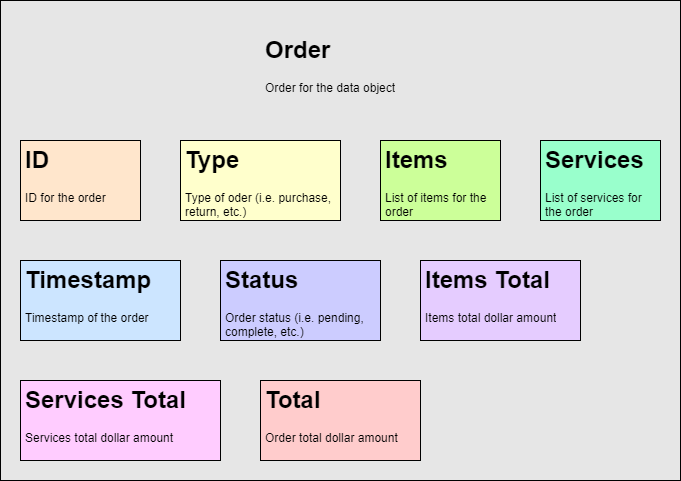
This is docs/block-chain-block-anatomy-order.png from hunteryavitz/Block-Chain-Project, a draw.io export, as it was before one commit. Source tidied: cells renumbered, new cells last; positions are measured from the earlier drawing's top-left corner, leaving out a move shared by most shapes.
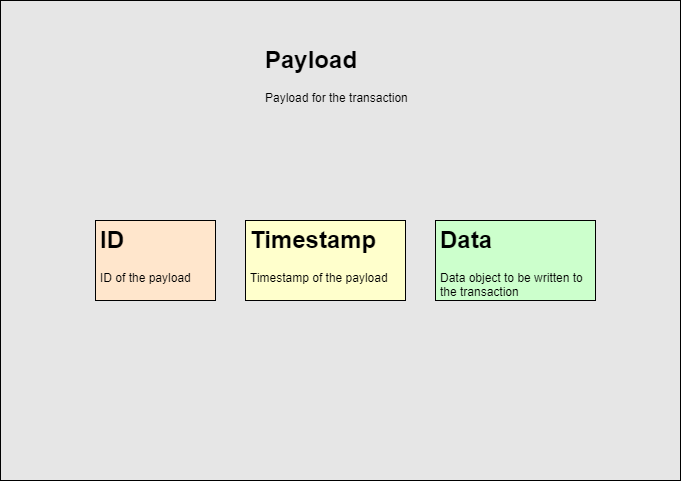
The same diagram one commit later.

Diff of the diagram source:
```diff
@@ -9,7 +9,7 @@
       <mxGeometry x="20" y="140" width="120" height="80" as="geometry" />
     </mxCell>
     <mxCell id="4" value="&lt;h1&gt;&lt;span style=&quot;background-color: initial;&quot;&gt;Type&lt;/span&gt;&lt;/h1&gt;&lt;div&gt;&lt;span style=&quot;background-color: initial;&quot;&gt;Type of oder (i.e. purchase, return, etc.)&lt;/span&gt;&lt;/div&gt;" style="text;html=1;strokeColor=#000000;fillColor=#FFFFCC;spacing=5;spacingTop=-20;whiteSpace=wrap;overflow=hidden;rounded=0;" parent="1" vertex="1">
-      <mxGeometry x="180" y="140" width="160" height="80" as="geometry" />
+      <mxGeometry x="20" y="260" width="160" height="80" as="geometry" />
     </mxCell>
     <mxCell id="5" value="&lt;h1&gt;Items&lt;/h1&gt;&lt;div&gt;List of items for the order&lt;/div&gt;" style="text;html=1;strokeColor=#000000;fillColor=#CCFF99;spacing=5;spacingTop=-20;whiteSpace=wrap;overflow=hidden;rounded=0;" parent="1" vertex="1">
       <mxGeometry x="380" y="140" width="120" height="80" as="geometry" />
@@ -21,20 +21,11 @@
       <mxGeometry relative="1" as="geometry" />
     </mxCell>
     <mxCell id="8" value="&lt;h1&gt;Timestamp&lt;/h1&gt;&lt;div&gt;Timestamp of the order&lt;/div&gt;" style="text;html=1;strokeColor=#000000;fillColor=#CCE5FF;spacing=5;spacingTop=-20;whiteSpace=wrap;overflow=hidden;rounded=0;" parent="1" vertex="1">
-      <mxGeometry x="20" y="260" width="160" height="80" as="geometry" />
+      <mxGeometry x="180" y="140" width="160" height="80" as="geometry" />
     </mxCell>
     <mxCell id="9" value="&lt;h1&gt;&lt;span style=&quot;background-color: initial;&quot;&gt;Status&lt;/span&gt;&lt;/h1&gt;&lt;div&gt;&lt;span style=&quot;background-color: initial;&quot;&gt;Order status (i.e. pending, complete, etc.)&lt;/span&gt;&lt;/div&gt;" style="text;html=1;strokeColor=#000000;fillColor=#CCCCFF;spacing=5;spacingTop=-20;whiteSpace=wrap;overflow=hidden;rounded=0;" parent="1" vertex="1">
       <mxGeometry x="220" y="260" width="160" height="80" as="geometry" />
     </mxCell>
-    <mxCell id="10" value="&lt;h1&gt;Total&lt;/h1&gt;&lt;div&gt;Order total dollar amount&lt;/div&gt;" style="text;html=1;strokeColor=#000000;fillColor=#FFCCCC;spacing=5;spacingTop=-20;whiteSpace=wrap;overflow=hidden;rounded=0;" parent="1" vertex="1">
-      <mxGeometry x="260" y="380" width="160" height="80" as="geometry" />
-    </mxCell>
-    <mxCell id="11" value="&lt;h1&gt;Services Total&lt;/h1&gt;&lt;div&gt;Services total dollar amount&lt;/div&gt;" style="text;html=1;strokeColor=#000000;fillColor=#FFCCFF;spacing=5;spacingTop=-20;whiteSpace=wrap;overflow=hidden;rounded=0;" parent="1" vertex="1">
-      <mxGeometry x="20" y="380" width="200" height="80" as="geometry" />
-    </mxCell>
-    <mxCell id="12" value="&lt;h1&gt;Items Total&lt;/h1&gt;&lt;div&gt;Items total dollar amount&lt;/div&gt;" style="text;html=1;strokeColor=#000000;fillColor=#E5CCFF;spacing=5;spacingTop=-20;whiteSpace=wrap;overflow=hidden;rounded=0;" parent="1" vertex="1">
-      <mxGeometry x="420" y="260" width="160" height="80" as="geometry" />
-    </mxCell>
     <mxCell id="13" value="&lt;h1&gt;Order&lt;/h1&gt;&lt;p&gt;Order for the data object&lt;/p&gt;" style="text;html=1;strokeColor=none;fillColor=none;spacing=5;spacingTop=-20;whiteSpace=wrap;overflow=hidden;rounded=0;" parent="1" vertex="1">
       <mxGeometry x="260" y="30" width="160" height="80" as="geometry" />
     </mxCell>
```
